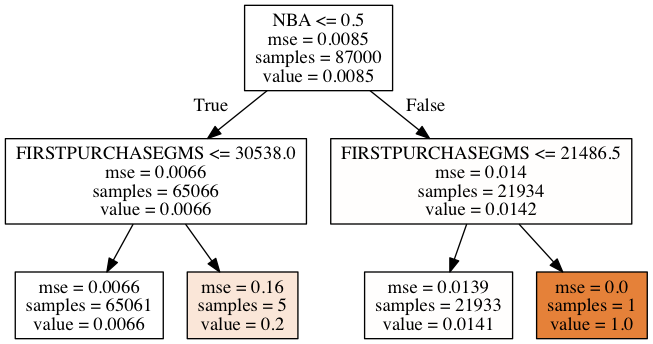
The Graphviz diagram final-project/1/tree.png in ishi1987/DS-SF-36, before a commit. Its source is kept beside it as final-project/1/tree.dot.
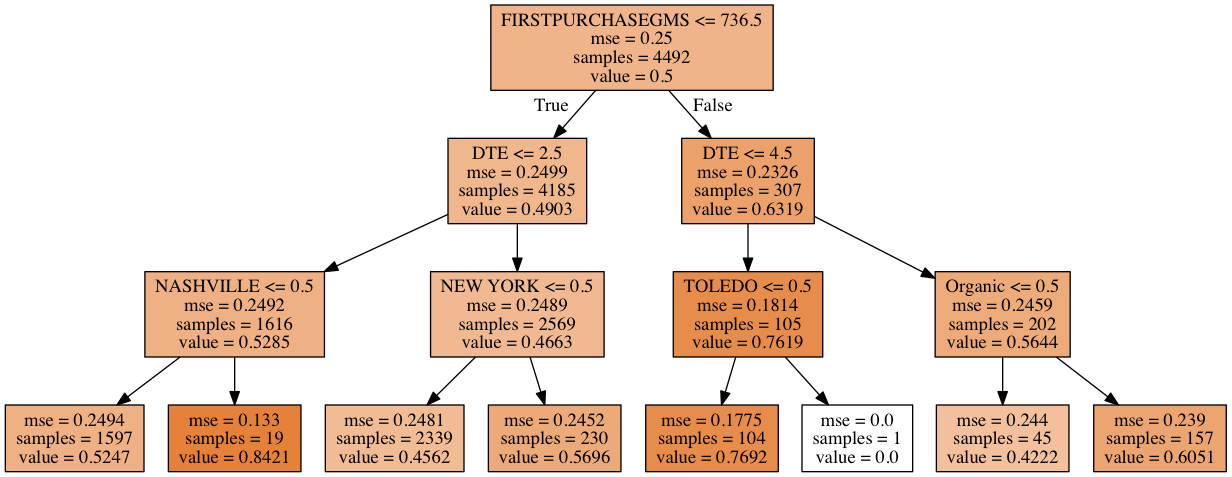
Above is the later version.

The edit, as a diff of the source:
```diff
@@ -1,16 +1,32 @@
 digraph Tree {
 node [shape=box, style="filled", color="black"] ;
-0 [label="NBA <= 0.5\nmse = 0.0085\nsamples = 87000\nvalue = 0.0085", fillcolor="#e5813900"] ;
-1 [label="FIRSTPURCHASEGMS <= 30538.0\nmse = 0.0066\nsamples = 65066\nvalue = 0.0066", fillcolor="#e5813900"] ;
+0 [label="FIRSTPURCHASEGMS <= 736.5\nmse = 0.25\nsamples = 4492\nvalue = 0.5", fillcolor="#e5813997"] ;
+1 [label="DTE <= 2.5\nmse = 0.2499\nsamples = 4185\nvalue = 0.4903", fillcolor="#e5813994"] ;
 0 -> 1 [labeldistance=2.5, labelangle=45, headlabel="True"] ;
-2 [label="mse = 0.0066\nsamples = 65061\nvalue = 0.0066", fillcolor="#e5813900"] ;
+2 [label="NASHVILLE <= 0.5\nmse = 0.2492\nsamples = 1616\nvalue = 0.5285", fillcolor="#e58139a0"] ;
 1 -> 2 ;
-3 [label="mse = 0.16\nsamples = 5\nvalue = 0.2", fillcolor="#e5813932"] ;
-1 -> 3 ;
-4 [label="FIRSTPURCHASEGMS <= 21486.5\nmse = 0.014\nsamples = 21934\nvalue = 0.0142", fillcolor="#e5813902"] ;
-0 -> 4 [labeldistance=2.5, labelangle=-45, headlabel="False"] ;
-5 [label="mse = 0.0139\nsamples = 21933\nvalue = 0.0141", fillcolor="#e5813902"] ;
-4 -> 5 ;
-6 [label="mse = 0.0\nsamples = 1\nvalue = 1.0", fillcolor="#e58139ff"] ;
-4 -> 6 ;
+3 [label="mse = 0.2494\nsamples = 1597\nvalue = 0.5247", fillcolor="#e581399f"] ;
+2 -> 3 ;
+4 [label="mse = 0.133\nsamples = 19\nvalue = 0.8421", fillcolor="#e58139ff"] ;
+2 -> 4 ;
+5 [label="NEW YORK <= 0.5\nmse = 0.2489\nsamples = 2569\nvalue = 0.4663", fillcolor="#e581398d"] ;
+1 -> 5 ;
+6 [label="mse = 0.2481\nsamples = 2339\nvalue = 0.4562", fillcolor="#e581398a"] ;
+5 -> 6 ;
+7 [label="mse = 0.2452\nsamples = 230\nvalue = 0.5696", fillcolor="#e58139ac"] ;
+5 -> 7 ;
+8 [label="DTE <= 4.5\nmse = 0.2326\nsamples = 307\nvalue = 0.6319", fillcolor="#e58139bf"] ;
+0 -> 8 [labeldistance=2.5, labelangle=-45, headlabel="False"] ;
+9 [label="TOLEDO <= 0.5\nmse = 0.1814\nsamples = 105\nvalue = 0.7619", fillcolor="#e58139e7"] ;
+8 -> 9 ;
+10 [label="mse = 0.1775\nsamples = 104\nvalue = 0.7692", fillcolor="#e58139e9"] ;
+9 -> 10 ;
+11 [label="mse = 0.0\nsamples = 1\nvalue = 0.0", fillcolor="#e5813900"] ;
+9 -> 11 ;
+12 [label="Organic <= 0.5\nmse = 0.2459\nsamples = 202\nvalue = 0.5644", fillcolor="#e58139ab"] ;
+8 -> 12 ;
+13 [label="mse = 0.244\nsamples = 45\nvalue = 0.4222", fillcolor="#e5813980"] ;
+12 -> 13 ;
+14 [label="mse = 0.239\nsamples = 157\nvalue = 0.6051", fillcolor="#e58139b7"] ;
+12 -> 14 ;
 }
```
